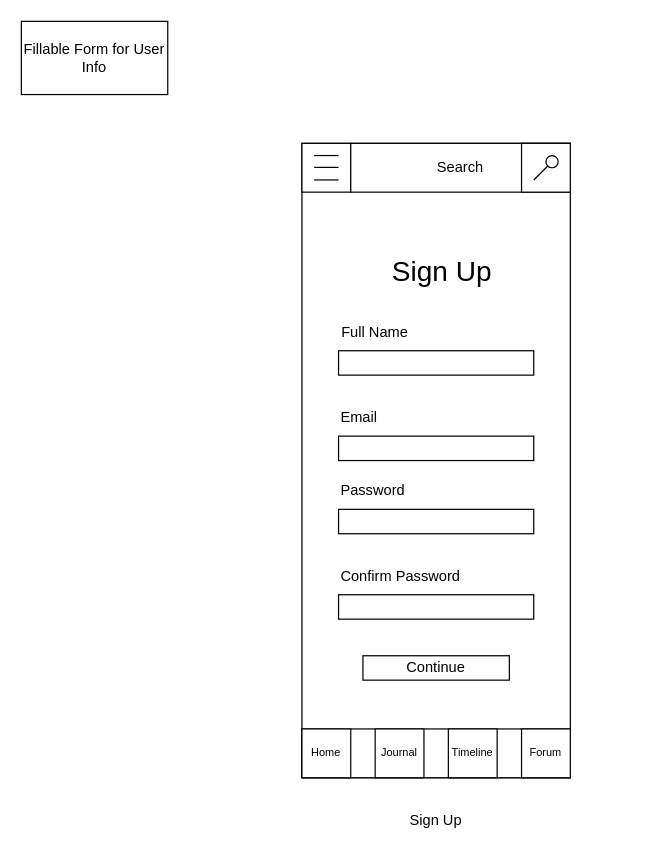
Before: page "SignUp" (3 of 16) of Chronicle_Initial_App_Wireframe_Designs.drawio in Vaibhav-G-Parmar/Chronicle-Your-Ultimate-Travel-Companion, a draw.io diagram. Source tidied: cells renumbered, new cells numbered last; positions are measured from the earlier drawing's top-left corner, leaving out a move shared by most shapes. Both pictures are drawn from the tidied source at 122%, with x=0, y=0 at pixel (21, 21).
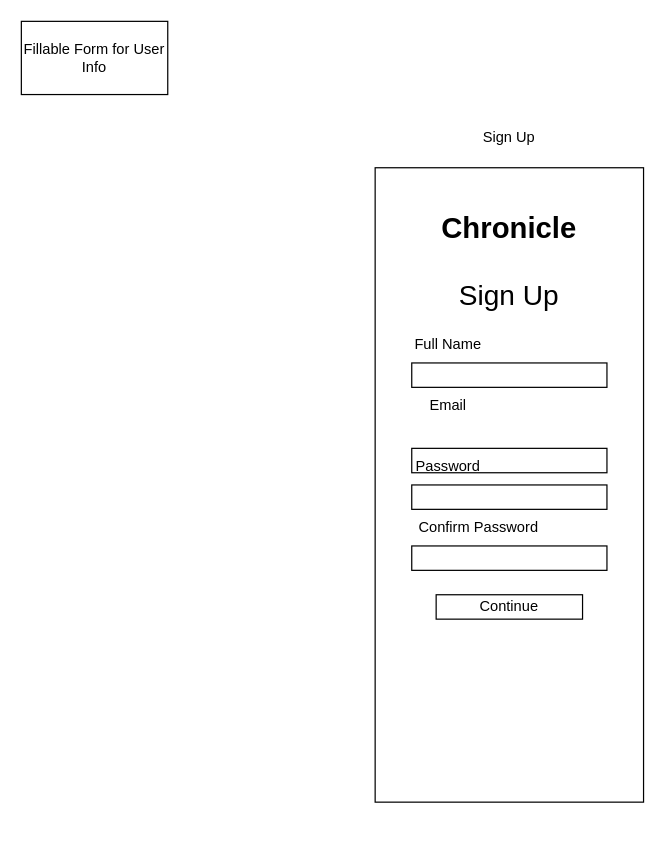
Above is the later version.

What changed in the source:
```diff
@@
-    <mxCell id="3" style="endArrow=none;html=1;rounded=0;" parent="1" edge="1">
-      <mxGeometry relative="1" as="geometry">
-        <mxPoint x="430" y="140" as="sourcePoint" />
-        <mxPoint x="430" y="140" as="targetPoint" />
-      </mxGeometry>
-    </mxCell>
-    <mxCell id="4" style="rounded=0;whiteSpace=wrap;html=1;" parent="1" vertex="1">
-      <mxGeometry x="230" y="100" width="220" height="520" as="geometry" />
-    </mxCell>
-    <mxCell id="5" style="rounded=0;whiteSpace=wrap;html=1;" parent="1" vertex="1">
-      <mxGeometry x="230" y="580" width="220" height="40" as="geometry" />
-    </mxCell>
-    <mxCell id="6" value="Forum" style="rounded=0;whiteSpace=wrap;html=1;fontSize=9;" parent="1" vertex="1">
-      <mxGeometry x="410" y="580" width="40" height="40" as="geometry" />
-    </mxCell>
-    <mxCell id="7" value="Timeline" style="rounded=0;whiteSpace=wrap;html=1;fontSize=9;" parent="1" vertex="1">
-      <mxGeometry x="350" y="580" width="40" height="40" as="geometry" />
-    </mxCell>
-    <mxCell id="8" value="Journal" style="rounded=0;whiteSpace=wrap;html=1;fontSize=9;" parent="1" vertex="1">
-      <mxGeometry x="290" y="580" width="40" height="40" as="geometry" />
-    </mxCell>
-    <mxCell id="9" value="Home" style="rounded=0;whiteSpace=wrap;html=1;fontSize=9;" parent="1" vertex="1">
-      <mxGeometry x="230" y="580" width="40" height="40" as="geometry" />
-    </mxCell>
-    <mxCell id="10" style="rounded=0;whiteSpace=wrap;html=1;fontSize=9;" parent="1" vertex="1">
-      <mxGeometry x="230" y="100" width="40" height="40" as="geometry" />
-    </mxCell>
-    <mxCell id="11" style="endArrow=none;html=1;rounded=0;" parent="1" edge="1">
-      <mxGeometry relative="1" as="geometry">
-        <mxPoint x="240" y="130" as="sourcePoint" />
-        <mxPoint x="260" y="130" as="targetPoint" />
-      </mxGeometry>
-    </mxCell>
-    <mxCell id="12" style="endArrow=none;html=1;rounded=0;" parent="1" edge="1">
-      <mxGeometry relative="1" as="geometry">
-        <mxPoint x="240" y="119.7" as="sourcePoint" />
-        <mxPoint x="260" y="119.7" as="targetPoint" />
-      </mxGeometry>
-    </mxCell>
-    <mxCell id="13" style="endArrow=none;html=1;rounded=0;" parent="1" edge="1">
-      <mxGeometry relative="1" as="geometry">
-        <mxPoint x="240" y="110" as="sourcePoint" />
-        <mxPoint x="260" y="110" as="targetPoint" />
-      </mxGeometry>
-    </mxCell>
-    <mxCell id="14" value="Search" style="rounded=0;whiteSpace=wrap;html=1;" parent="1" vertex="1">
-      <mxGeometry x="270" y="100" width="180" height="40" as="geometry" />
-    </mxCell>
-    <mxCell id="15" style="whiteSpace=wrap;html=1;" parent="1" vertex="1">
-      <mxGeometry x="410" y="100" width="40" height="40" as="geometry" />
-    </mxCell>
-    <mxCell id="16" style="endArrow=none;html=1;rounded=0;entryX=0;entryY=1;entryDx=0;entryDy=0;" parent="1" edge="1" target="17">
-      <mxGeometry relative="1" as="geometry">
-        <mxPoint x="420" y="130" as="sourcePoint" />
-      </mxGeometry>
-    </mxCell>
-    <mxCell id="17" style="ellipse;whiteSpace=wrap;html=1;" parent="1" vertex="1">
-      <mxGeometry x="430" y="110" width="10" height="10" as="geometry" />
-    </mxCell>
+    <mxCell id="29" style="endArrow=none;html=1;rounded=0;" parent="1" edge="1">
+      <mxGeometry relative="1" as="geometry">
+        <mxPoint x="490" y="160" as="sourcePoint" />
+        <mxPoint x="490" y="160" as="targetPoint" />
+      </mxGeometry>
+    </mxCell>
+    <mxCell id="30" style="rounded=0;whiteSpace=wrap;html=1;" parent="1" vertex="1">
+      <mxGeometry x="290" y="120" width="220" height="520" as="geometry" />
+    </mxCell>
     <mxCell id="18" value="Sign Up" style="text;html=1;strokeColor=none;fillColor=none;align=center;verticalAlign=middle;whiteSpace=wrap;rounded=0;" parent="1" vertex="1">
-      <mxGeometry x="310" y="640" width="60" height="30" as="geometry" />
+      <mxGeometry x="370" y="80" width="60" height="30" as="geometry" />
     </mxCell>
-    <mxCell id="19" style="rounded=0;whiteSpace=wrap;html=1;" parent="1" vertex="1">
-      <mxGeometry x="260" y="340" width="160" height="20" as="geometry" />
-    </mxCell>
-    <mxCell id="20" style="rounded=0;whiteSpace=wrap;html=1;" parent="1" vertex="1">
-      <mxGeometry x="260" y="400" width="160" height="20" as="geometry" />
-    </mxCell>
+    <mxCell id="31" style="rounded=0;whiteSpace=wrap;html=1;" parent="1" vertex="1">
+      <mxGeometry x="320" y="350" width="160" height="20" as="geometry" />
+    </mxCell>
+    <mxCell id="32" style="rounded=0;whiteSpace=wrap;html=1;" parent="1" vertex="1">
+      <mxGeometry x="320" y="380" width="160" height="20" as="geometry" />
+    </mxCell>
-    <mxCell id="21" value="Email" style="text;html=1;strokeColor=none;fillColor=none;align=left;verticalAlign=middle;whiteSpace=wrap;rounded=0;" parent="1" vertex="1">
-      <mxGeometry x="260" y="310" width="60" height="30" as="geometry" />
+    <mxCell id="21" value="Email" style="text;html=1;strokeColor=none;fillColor=none;align=center;verticalAlign=middle;whiteSpace=wrap;rounded=0;" parent="1" vertex="1">
+      <mxGeometry x="320" y="300" width="60" height="30" as="geometry" />
     </mxCell>
-    <mxCell id="22" value="Password" style="text;html=1;strokeColor=none;fillColor=none;align=left;verticalAlign=middle;whiteSpace=wrap;rounded=0;" parent="1" vertex="1">
-      <mxGeometry x="260" y="370" width="60" height="30" as="geometry" />
+    <mxCell id="22" value="Password" style="text;html=1;strokeColor=none;fillColor=none;align=center;verticalAlign=middle;whiteSpace=wrap;rounded=0;" parent="1" vertex="1">
+      <mxGeometry x="320" y="350" width="60" height="30" as="geometry" />
     </mxCell>
     <mxCell id="23" value="&lt;font style=&quot;font-size: 23px;&quot;&gt;Sign Up&lt;/font&gt;" style="text;html=1;strokeColor=none;fillColor=none;align=center;verticalAlign=middle;whiteSpace=wrap;rounded=0;" parent="1" vertex="1">
-      <mxGeometry x="300" y="190" width="90" height="30" as="geometry" />
+      <mxGeometry x="355" y="210" width="90" height="30" as="geometry" />
     </mxCell>
     <mxCell id="24" value="Continue" style="rounded=0;whiteSpace=wrap;html=1;" parent="1" vertex="1">
-      <mxGeometry x="280" y="520" width="120" height="20" as="geometry" />
+      <mxGeometry x="340" y="470" width="120" height="20" as="geometry" />
     </mxCell>
-    <mxCell id="25" style="rounded=0;whiteSpace=wrap;html=1;" parent="1" vertex="1">
-      <mxGeometry x="260" y="470" width="160" height="20" as="geometry" />
-    </mxCell>
+    <mxCell id="33" style="rounded=0;whiteSpace=wrap;html=1;" parent="1" vertex="1">
+      <mxGeometry x="320" y="430" width="160" height="20" as="geometry" />
+    </mxCell>
-    <mxCell id="26" value="Confirm Password" style="text;html=1;strokeColor=none;fillColor=none;align=left;verticalAlign=middle;whiteSpace=wrap;rounded=0;" parent="1" vertex="1">
-      <mxGeometry x="260" y="440" width="110" height="30" as="geometry" />
+    <mxCell id="26" value="Confirm Password" style="text;html=1;strokeColor=none;fillColor=none;align=center;verticalAlign=middle;whiteSpace=wrap;rounded=0;" parent="1" vertex="1">
+      <mxGeometry x="320" y="400" width="110" height="30" as="geometry" />
     </mxCell>
-    <mxCell id="27" style="rounded=0;whiteSpace=wrap;html=1;" parent="1" vertex="1">
-      <mxGeometry x="260" y="270" width="160" height="20" as="geometry" />
-    </mxCell>
+    <mxCell id="34" style="rounded=0;whiteSpace=wrap;html=1;" parent="1" vertex="1">
+      <mxGeometry x="320" y="280" width="160" height="20" as="geometry" />
+    </mxCell>
     <mxCell id="28" value="Full Name" style="text;html=1;strokeColor=none;fillColor=none;align=center;verticalAlign=middle;whiteSpace=wrap;rounded=0;" parent="1" vertex="1">
-      <mxGeometry x="260" y="240" width="60" height="30" as="geometry" />
+      <mxGeometry x="320" y="250" width="60" height="30" as="geometry" />
     </mxCell>
+    <mxCell id="35" value="&lt;h1&gt;Chronicle&lt;/h1&gt;&lt;p&gt;&lt;br&gt;&lt;/p&gt;" style="text;html=1;strokeColor=none;fillColor=none;spacing=5;spacingTop=-20;whiteSpace=wrap;overflow=hidden;rounded=0;align=center;" parent="1" vertex="1">
+      <mxGeometry x="335" y="150" width="130" height="40" as="geometry" />
+    </mxCell>
```
